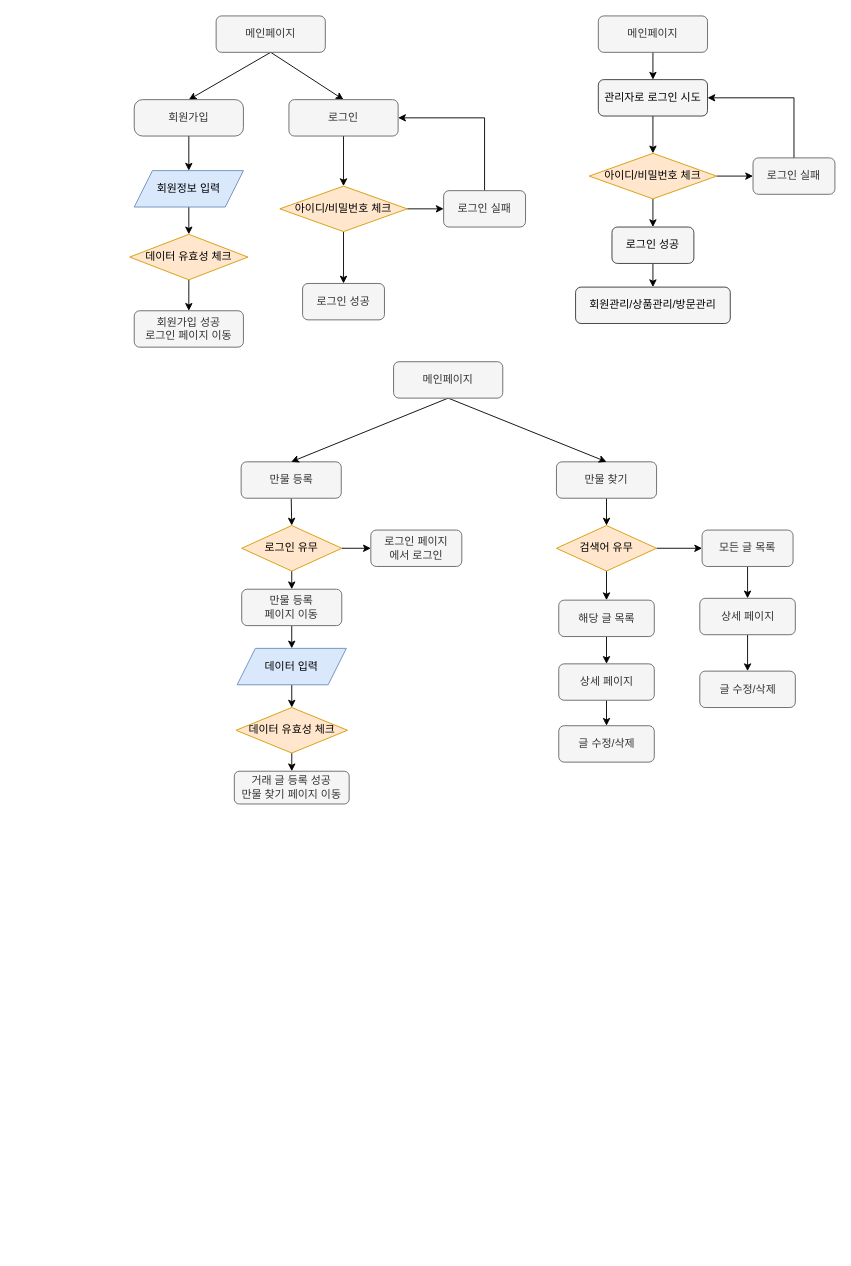
The draw.io diagram Untitled Diagram.drawio in HeaJunjju/test, before the edit. Source tidied: cells renumbered, new cells numbered last; positions are measured from the earlier drawing's top-left corner, leaving out a move shared by most shapes. Both pictures are drawn from the tidied source at 91%, with x=0, y=0 at pixel (129, 15).
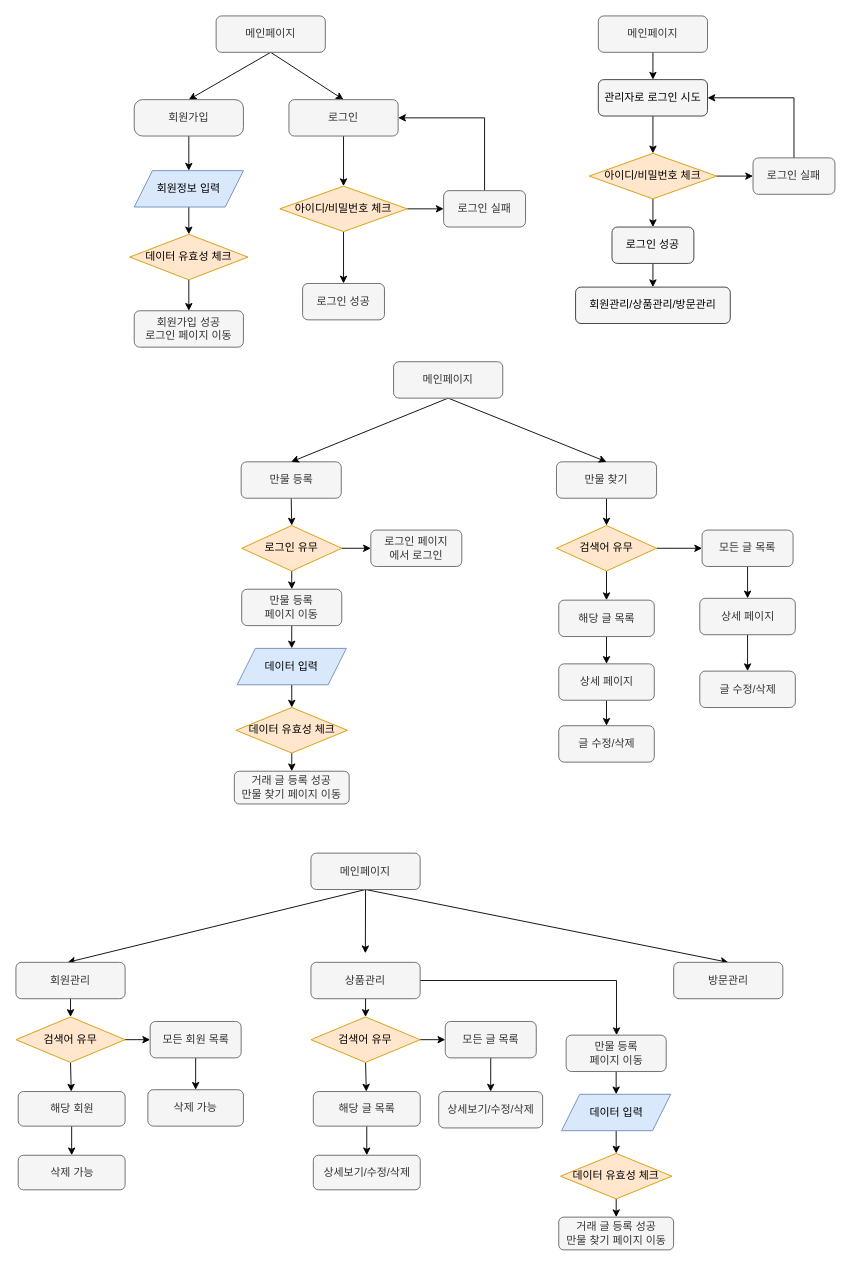
After the change.

What changed in the source:
```diff
@@
+    <mxCell id="63" style="edgeStyle=none;rounded=0;jettySize=auto;html=1;exitX=0.5;exitY=1;exitDx=0;exitDy=0;entryX=0.5;entryY=0;entryDx=0;entryDy=0;" parent="1" edge="1" source="66">
+      <mxGeometry relative="1" as="geometry">
+        <mxPoint x="-68.2" y="1040" as="targetPoint" />
+      </mxGeometry>
+    </mxCell>
+    <mxCell id="64" style="edgeStyle=none;rounded=0;jettySize=auto;html=1;exitX=0.5;exitY=1;exitDx=0;exitDy=0;" parent="1" edge="1" source="66">
+      <mxGeometry relative="1" as="geometry">
+        <mxPoint x="259" y="1030" as="targetPoint" />
+      </mxGeometry>
+    </mxCell>
+    <mxCell id="65" style="edgeStyle=none;rounded=0;jettySize=auto;html=1;exitX=0.5;exitY=1;exitDx=0;exitDy=0;entryX=0.5;entryY=0;entryDx=0;entryDy=0;" parent="1" edge="1" source="66" target="71">
+      <mxGeometry relative="1" as="geometry" />
+    </mxCell>
+    <mxCell id="66" value="메인페이지" style="rounded=1;whiteSpace=wrap;html=1;fontSize=12;glass=0;strokeWidth=1;shadow=0;fillColor=#f5f5f5;strokeColor=#666666;fontColor=#333333;" parent="1" vertex="1">
+      <mxGeometry x="199.2" y="920" width="120" height="40" as="geometry" />
+    </mxCell>
+    <mxCell id="67" style="edgeStyle=none;rounded=0;jettySize=auto;html=1;exitX=0.5;exitY=1;exitDx=0;exitDy=0;entryX=0.5;entryY=0;entryDx=0;entryDy=0;" parent="1" edge="1" source="68" target="74">
+      <mxGeometry relative="1" as="geometry" />
+    </mxCell>
+    <mxCell id="68" value="회원관리" style="rounded=1;whiteSpace=wrap;html=1;fontSize=12;glass=0;strokeWidth=1;shadow=0;fillColor=#f5f5f5;strokeColor=#666666;fontColor=#333333;" parent="1" vertex="1">
+      <mxGeometry x="-125" y="1040" width="120" height="40" as="geometry" />
+    </mxCell>
+    <mxCell id="69" style="edgeStyle=none;rounded=0;jettySize=auto;html=1;exitX=1;exitY=0.5;exitDx=0;exitDy=0;" parent="1" edge="1" source="70">
+      <mxGeometry relative="1" as="geometry">
+        <mxPoint x="535" y="1120" as="targetPoint" />
+        <Array as="points">
+          <mxPoint x="535" y="1060" />
+        </Array>
+      </mxGeometry>
+    </mxCell>
+    <mxCell id="70" value="상품관리" style="rounded=1;whiteSpace=wrap;html=1;fontSize=12;glass=0;strokeWidth=1;shadow=0;fillColor=#f5f5f5;strokeColor=#666666;fontColor=#333333;" parent="1" vertex="1">
+      <mxGeometry x="199.2" y="1040" width="120" height="40" as="geometry" />
+    </mxCell>
+    <mxCell id="71" value="방문관리" style="rounded=1;whiteSpace=wrap;html=1;fontSize=12;glass=0;strokeWidth=1;shadow=0;fillColor=#f5f5f5;strokeColor=#666666;fontColor=#333333;" parent="1" vertex="1">
+      <mxGeometry x="597.8" y="1040" width="120" height="40" as="geometry" />
+    </mxCell>
+    <mxCell id="72" style="edgeStyle=none;rounded=0;jettySize=auto;html=1;exitX=0.5;exitY=1;exitDx=0;exitDy=0;" parent="1" edge="1" source="74" target="76">
+      <mxGeometry relative="1" as="geometry" />
+    </mxCell>
+    <mxCell id="73" style="edgeStyle=none;rounded=0;jettySize=auto;html=1;exitX=1;exitY=0.5;exitDx=0;exitDy=0;entryX=0;entryY=0.5;entryDx=0;entryDy=0;" parent="1" edge="1" source="74" target="78">
+      <mxGeometry relative="1" as="geometry" />
+    </mxCell>
+    <mxCell id="74" value="검색어 유무" style="rhombus;whiteSpace=wrap;html=1;fillColor=#ffe6cc;strokeColor=#d79b00;" parent="1" vertex="1">
+      <mxGeometry x="-125" y="1100" width="120" height="50" as="geometry" />
+    </mxCell>
+    <mxCell id="75" style="edgeStyle=none;rounded=0;jettySize=auto;html=1;exitX=0.5;exitY=1;exitDx=0;exitDy=0;entryX=0.5;entryY=0;entryDx=0;entryDy=0;" parent="1" edge="1" source="76" target="79">
+      <mxGeometry relative="1" as="geometry" />
+    </mxCell>
+    <mxCell id="76" value="해당 회원" style="rounded=1;whiteSpace=wrap;html=1;fillColor=#f5f5f5;strokeColor=#666666;fontColor=#333333;" parent="1" vertex="1">
+      <mxGeometry x="-122.5" y="1182" width="117.5" height="38" as="geometry" />
+    </mxCell>
+    <mxCell id="77" style="edgeStyle=none;rounded=0;jettySize=auto;html=1;exitX=0.5;exitY=1;exitDx=0;exitDy=0;entryX=0.5;entryY=0;entryDx=0;entryDy=0;" parent="1" edge="1" source="78" target="80">
+      <mxGeometry relative="1" as="geometry" />
+    </mxCell>
+    <mxCell id="78" value="모든 회원 목록" style="rounded=1;whiteSpace=wrap;html=1;fillColor=#f5f5f5;strokeColor=#666666;fontColor=#333333;" parent="1" vertex="1">
+      <mxGeometry x="22.5" y="1105" width="100" height="40" as="geometry" />
+    </mxCell>
+    <mxCell id="79" value="삭제 가능" style="rounded=1;whiteSpace=wrap;html=1;fillColor=#f5f5f5;strokeColor=#666666;fontColor=#333333;" parent="1" vertex="1">
+      <mxGeometry x="-122.5" y="1252" width="117.5" height="38" as="geometry" />
+    </mxCell>
+    <mxCell id="80" value="삭제 가능" style="rounded=1;whiteSpace=wrap;html=1;fillColor=#f5f5f5;strokeColor=#666666;fontColor=#333333;" parent="1" vertex="1">
+      <mxGeometry x="20" y="1180" width="105" height="40" as="geometry" />
+    </mxCell>
+    <mxCell id="81" style="edgeStyle=none;rounded=0;jettySize=auto;html=1;exitX=0.5;exitY=1;exitDx=0;exitDy=0;entryX=0.5;entryY=0;entryDx=0;entryDy=0;" parent="1" edge="1" target="84">
+      <mxGeometry relative="1" as="geometry">
+        <mxPoint x="259.2" y="1080" as="sourcePoint" />
+      </mxGeometry>
+    </mxCell>
+    <mxCell id="82" style="edgeStyle=none;rounded=0;jettySize=auto;html=1;exitX=0.5;exitY=1;exitDx=0;exitDy=0;" parent="1" edge="1" source="84" target="86">
+      <mxGeometry relative="1" as="geometry" />
+    </mxCell>
+    <mxCell id="83" style="edgeStyle=none;rounded=0;jettySize=auto;html=1;exitX=1;exitY=0.5;exitDx=0;exitDy=0;entryX=0;entryY=0.5;entryDx=0;entryDy=0;" parent="1" edge="1" source="84" target="88">
+      <mxGeometry relative="1" as="geometry" />
+    </mxCell>
+    <mxCell id="84" value="검색어 유무" style="rhombus;whiteSpace=wrap;html=1;fillColor=#ffe6cc;strokeColor=#d79b00;" parent="1" vertex="1">
+      <mxGeometry x="199.2" y="1100" width="120" height="50" as="geometry" />
+    </mxCell>
+    <mxCell id="85" style="edgeStyle=none;rounded=0;jettySize=auto;html=1;exitX=0.5;exitY=1;exitDx=0;exitDy=0;entryX=0.5;entryY=0;entryDx=0;entryDy=0;" parent="1" edge="1" source="86" target="89">
+      <mxGeometry relative="1" as="geometry" />
+    </mxCell>
+    <mxCell id="86" value="해당 글 목록" style="rounded=1;whiteSpace=wrap;html=1;fillColor=#f5f5f5;strokeColor=#666666;fontColor=#333333;" parent="1" vertex="1">
+      <mxGeometry x="201.8" y="1182" width="117.5" height="38" as="geometry" />
+    </mxCell>
+    <mxCell id="87" style="edgeStyle=none;rounded=0;jettySize=auto;html=1;exitX=0.5;exitY=1;exitDx=0;exitDy=0;entryX=0.5;entryY=0;entryDx=0;entryDy=0;" parent="1" edge="1" source="88" target="90">
+      <mxGeometry relative="1" as="geometry" />
+    </mxCell>
+    <mxCell id="88" value="모든 글 목록" style="rounded=1;whiteSpace=wrap;html=1;fillColor=#f5f5f5;strokeColor=#666666;fontColor=#333333;" parent="1" vertex="1">
+      <mxGeometry x="346.8" y="1105" width="100" height="40" as="geometry" />
+    </mxCell>
+    <mxCell id="89" value="상세보기/수정/삭제" style="rounded=1;whiteSpace=wrap;html=1;fillColor=#f5f5f5;strokeColor=#666666;fontColor=#333333;" parent="1" vertex="1">
+      <mxGeometry x="201.8" y="1252" width="117.5" height="38" as="geometry" />
+    </mxCell>
+    <mxCell id="90" value="상세보기/수정/삭제" style="rounded=1;whiteSpace=wrap;html=1;fillColor=#f5f5f5;strokeColor=#666666;fontColor=#333333;" parent="1" vertex="1">
+      <mxGeometry x="339.6" y="1182" width="114.2" height="40" as="geometry" />
+    </mxCell>
+    <mxCell id="91" style="edgeStyle=none;rounded=0;jettySize=auto;html=1;exitX=0.5;exitY=1;exitDx=0;exitDy=0;" parent="1" edge="1" source="92" target="97">
+      <mxGeometry relative="1" as="geometry" />
+    </mxCell>
+    <mxCell id="92" value="만물 등록 &lt;br&gt;페이지 이동" style="rounded=1;whiteSpace=wrap;html=1;fillColor=#f5f5f5;strokeColor=#666666;fontColor=#333333;" parent="1" vertex="1">
+      <mxGeometry x="479.6" y="1120" width="110" height="40" as="geometry" />
+    </mxCell>
+    <mxCell id="93" style="edgeStyle=none;rounded=0;jettySize=auto;html=1;exitX=0.5;exitY=1;exitDx=0;exitDy=0;" parent="1" edge="1" source="94" target="95">
+      <mxGeometry relative="1" as="geometry" />
+    </mxCell>
+    <mxCell id="94" value="데이터 유효성 체크" style="rhombus;whiteSpace=wrap;html=1;fillColor=#ffe6cc;strokeColor=#d79b00;" parent="1" vertex="1">
+      <mxGeometry x="473.4" y="1250" width="122.5" height="50" as="geometry" />
+    </mxCell>
+    <mxCell id="95" value="거래 글 등록 성공&lt;br&gt;만물 찾기 페이지 이동" style="rounded=1;whiteSpace=wrap;html=1;fillColor=#f5f5f5;strokeColor=#666666;fontColor=#333333;" parent="1" vertex="1">
+      <mxGeometry x="471.5" y="1320" width="126.2" height="36" as="geometry" />
+    </mxCell>
+    <mxCell id="96" style="edgeStyle=none;rounded=0;jettySize=auto;html=1;exitX=0.5;exitY=1;exitDx=0;exitDy=0;entryX=0.5;entryY=0;entryDx=0;entryDy=0;" parent="1" edge="1" source="97" target="94">
+      <mxGeometry relative="1" as="geometry" />
+    </mxCell>
+    <mxCell id="97" value="데이터 입력" style="shape=parallelogram;perimeter=parallelogramPerimeter;whiteSpace=wrap;html=1;fixedSize=1;fillColor=#dae8fc;strokeColor=#6c8ebf;" parent="1" vertex="1">
+      <mxGeometry x="474.6" y="1185" width="120" height="40" as="geometry" />
+    </mxCell>
```
